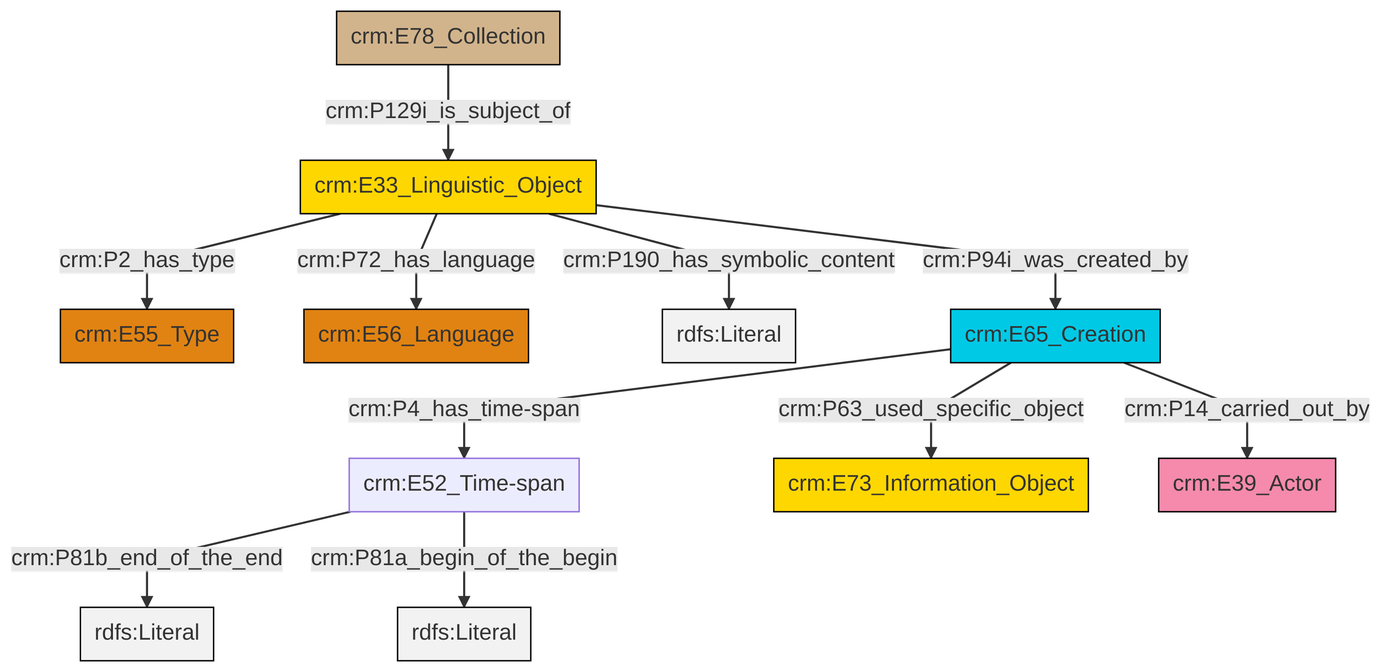
Earlier version of the Mermaid export et/archivalCSV/ttl/mmd/png/archival_desc.png (swiss-art-research-net/docs.swissartresearch). Its source is kept beside it as et/archivalCSV/ttl/mmd/archival_desc.ttl.mmd.
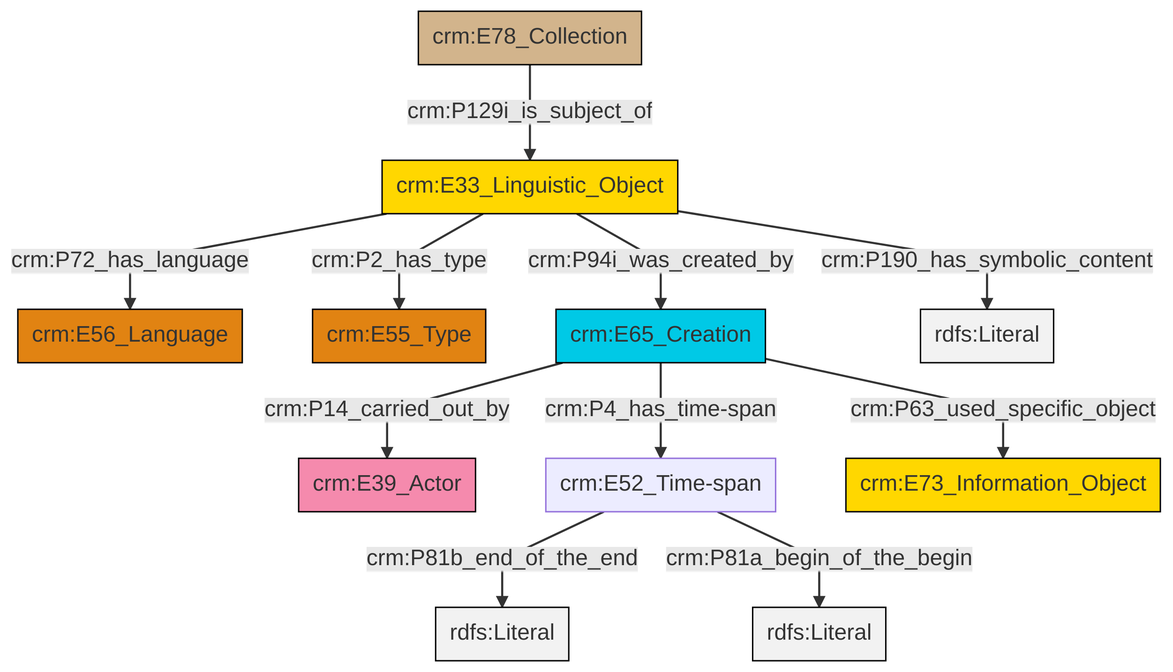
Later version of the same file.

Change to the diagram source:
```diff
@@ -13,13 +13,13 @@
 classDef PC_Classes fill:#4ce600, stroke:#000000;
 classDef Multi fill:#cccccc,stroke:#000000;
 
-0["crm:E78_Collection"]:::Physical_Thing -->|crm:P129i_is_subject_of| 2["crm:E33_Linguistic_Object"]:::Conceptual_Object
-2["crm:E33_Linguistic_Object"]:::Conceptual_Object -->|crm:P2_has_type| 7["crm:E55_Type"]:::Type
-3["crm:E52_Time-span"]:::Default -->|crm:P81b_end_of_the_end| 11[rdfs:Literal]:::Literal
-2["crm:E33_Linguistic_Object"]:::Conceptual_Object -->|crm:P72_has_language| 12["crm:E56_Language"]:::Type
-2["crm:E33_Linguistic_Object"]:::Conceptual_Object -->|crm:P190_has_symbolic_content| 14[rdfs:Literal]:::Literal
-15["crm:E65_Creation"]:::Temporal_Entity -->|crm:P14_carried_out_by| 9["crm:E39_Actor"]:::Actor
-3["crm:E52_Time-span"]:::Default -->|crm:P81a_begin_of_the_begin| 17[rdfs:Literal]:::Literal
-2["crm:E33_Linguistic_Object"]:::Conceptual_Object -->|crm:P94i_was_created_by| 15["crm:E65_Creation"]:::Temporal_Entity
-15["crm:E65_Creation"]:::Temporal_Entity -->|crm:P4_has_time-span| 3["crm:E52_Time-span"]:::Default
-15["crm:E65_Creation"]:::Temporal_Entity -->|crm:P63_used_specific_object| 5["crm:E73_Information_Object"]:::Conceptual_Object
+0["crm:E33_Linguistic_Object"]:::Conceptual_Object -->|crm:P72_has_language| 1["crm:E56_Language"]:::Type
+0["crm:E33_Linguistic_Object"]:::Conceptual_Object -->|crm:P2_has_type| 4["crm:E55_Type"]:::Type
+7["crm:E65_Creation"]:::Temporal_Entity -->|crm:P63_used_specific_object| 8["crm:E73_Information_Object"]:::Conceptual_Object
+5["crm:E52_Time-span"]:::Default -->|crm:P81b_end_of_the_end| 9[rdfs:Literal]:::Literal
+0["crm:E33_Linguistic_Object"]:::Conceptual_Object -->|crm:P94i_was_created_by| 7["crm:E65_Creation"]:::Temporal_Entity
+0["crm:E33_Linguistic_Object"]:::Conceptual_Object -->|crm:P190_has_symbolic_content| 14[rdfs:Literal]:::Literal
+7["crm:E65_Creation"]:::Temporal_Entity -->|crm:P14_carried_out_by| 2["crm:E39_Actor"]:::Actor
+11["crm:E78_Collection"]:::Physical_Thing -->|crm:P129i_is_subject_of| 0["crm:E33_Linguistic_Object"]:::Conceptual_Object
+7["crm:E65_Creation"]:::Temporal_Entity -->|crm:P4_has_time-span| 5["crm:E52_Time-span"]:::Default
+5["crm:E52_Time-span"]:::Default -->|crm:P81a_begin_of_the_begin| 16[rdfs:Literal]:::Literal
```
